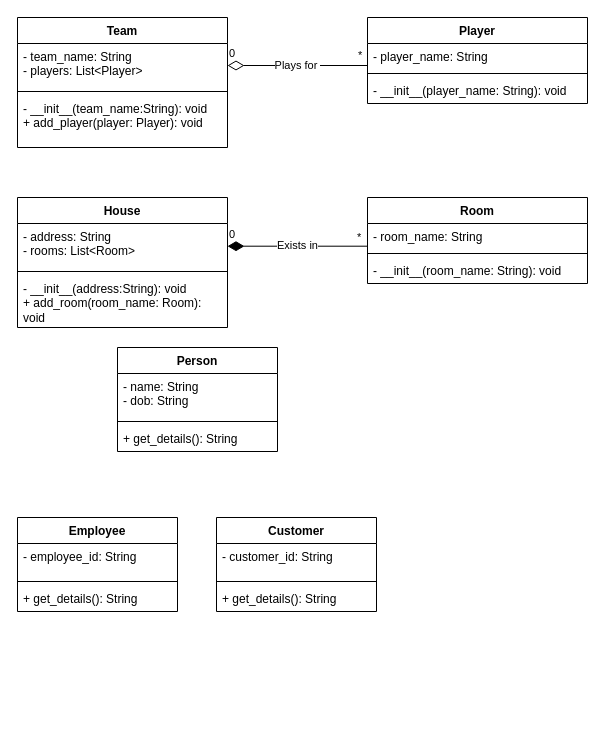
jamesking020773/jamesking020773.github.io keeps this draw.io diagram as Relationships.drawio. Above is the earlier version. Source tidied: cells renumbered, new cells numbered last; positions are measured from the earlier drawing's top-left corner, leaving out a move shared by most shapes. Both pictures are drawn from the tidied source at 100%, with x=0, y=0 at pixel (17, 17).
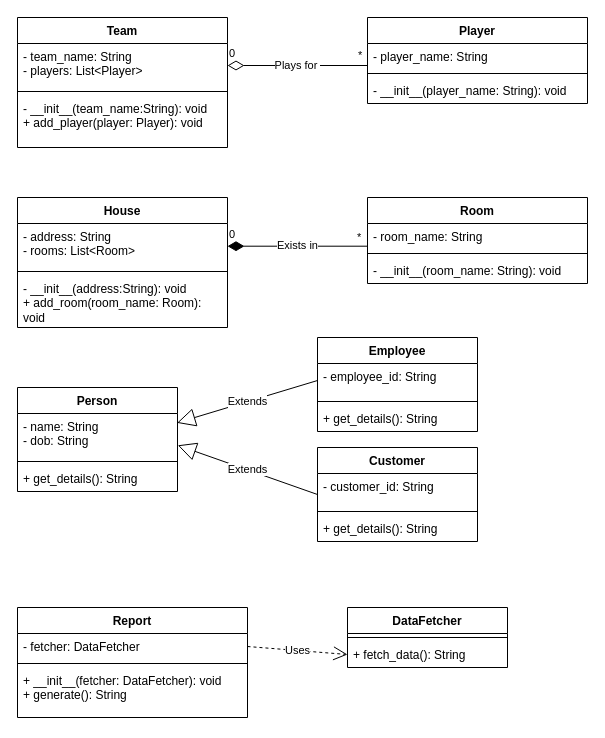
The same diagram, later.

Unchanged cells that the change refers to:
```xml
<mxCell id="25" value="- name: String&lt;div&gt;- dob: String&lt;/div&gt;" style="text;strokeColor=none;fillColor=none;align=left;verticalAlign=top;spacingLeft=4;spacingRight=4;overflow=hidden;points=[[0,0.5],[1,0.5]];portConstraint=eastwest;whiteSpace=wrap;html=1;" parent="24" vertex="1">
  <mxGeometry y="26" width="160" height="44" as="geometry" />
</mxCell>
<mxCell id="29" value="- employee_id: String" style="text;strokeColor=none;fillColor=none;align=left;verticalAlign=top;spacingLeft=4;spacingRight=4;overflow=hidden;points=[[0,0.5],[1,0.5]];portConstraint=eastwest;whiteSpace=wrap;html=1;" parent="28" vertex="1">
  <mxGeometry y="26" width="160" height="34" as="geometry" />
</mxCell>
```

The edit, as a diff of the source:
```diff
@@
     <mxCell id="24" value="Person" style="swimlane;fontStyle=1;align=center;verticalAlign=top;horizontal=1;startSize=26;whiteSpace=wrap;html=1;" parent="1" vertex="1">
-      <mxGeometry x="100" y="330" width="160" height="104" as="geometry" />
+      <mxGeometry y="370" width="160" height="104" as="geometry" />
     </mxCell>
@@
     <mxCell id="28" value="Employee" style="swimlane;fontStyle=1;align=center;verticalAlign=top;horizontal=1;startSize=26;whiteSpace=wrap;html=1;" parent="1" vertex="1">
-      <mxGeometry y="500" width="160" height="94" as="geometry" />
+      <mxGeometry x="300" y="320" width="160" height="94" as="geometry" />
     </mxCell>
@@
     <mxCell id="32" value="Customer" style="swimlane;fontStyle=1;align=center;verticalAlign=top;horizontal=1;startSize=26;whiteSpace=wrap;html=1;" parent="1" vertex="1">
-      <mxGeometry x="199" y="500" width="160" height="94" as="geometry" />
+      <mxGeometry x="300" y="430" width="160" height="94" as="geometry" />
     </mxCell>
@@
+    <mxCell id="36" value="Extends" style="endArrow=block;endSize=16;endFill=0;html=1;rounded=0;entryX=0.997;entryY=0.213;entryDx=0;entryDy=0;exitX=0;exitY=0.5;exitDx=0;exitDy=0;entryPerimeter=0;" parent="1" edge="1" source="29" target="25">
+      <mxGeometry relative="1" as="geometry" />
+    </mxCell>
+    <mxCell id="37" value="Extends" style="endArrow=block;endSize=16;endFill=0;html=1;rounded=0;entryX=1.002;entryY=0.723;entryDx=0;entryDy=0;exitX=0;exitY=0.5;exitDx=0;exitDy=0;entryPerimeter=0;" parent="1" edge="1" source="32" target="25">
+      <mxGeometry relative="1" as="geometry" />
+    </mxCell>
+    <mxCell id="38" value="Report" style="swimlane;fontStyle=1;align=center;verticalAlign=top;horizontal=1;startSize=26;whiteSpace=wrap;html=1;" parent="1" vertex="1">
+      <mxGeometry y="590" width="230" height="110" as="geometry" />
+    </mxCell>
+    <mxCell id="39" value="- fetcher: DataFetcher" style="text;strokeColor=none;fillColor=none;align=left;verticalAlign=top;spacingLeft=4;spacingRight=4;overflow=hidden;points=[[0,0.5],[1,0.5]];portConstraint=eastwest;whiteSpace=wrap;html=1;" parent="38" vertex="1">
+      <mxGeometry y="26" width="230" height="26" as="geometry" />
+    </mxCell>
+    <mxCell id="40" style="line;strokeWidth=1;fillColor=none;align=left;verticalAlign=middle;spacingTop=-1;spacingLeft=3;spacingRight=3;labelPosition=right;strokeColor=inherit;" parent="38" vertex="1">
+      <mxGeometry y="52" width="230" height="8" as="geometry" />
+    </mxCell>
+    <mxCell id="41" value="+ __init__(fetcher: DataFetcher): void&lt;div&gt;+ generate(): String&lt;/div&gt;" style="text;strokeColor=none;fillColor=none;align=left;verticalAlign=top;spacingLeft=4;spacingRight=4;overflow=hidden;whiteSpace=wrap;html=1;" parent="38" vertex="1">
+      <mxGeometry y="60" width="230" height="50" as="geometry" />
+    </mxCell>
+    <mxCell id="42" value="DataFetcher" style="swimlane;fontStyle=1;align=center;verticalAlign=top;horizontal=1;startSize=26;whiteSpace=wrap;html=1;" parent="1" vertex="1">
+      <mxGeometry x="330" y="590" width="160" height="60" as="geometry" />
+    </mxCell>
+    <mxCell id="43" style="line;strokeWidth=1;fillColor=none;align=left;verticalAlign=middle;spacingTop=-1;spacingLeft=3;spacingRight=3;labelPosition=right;strokeColor=inherit;" parent="42" vertex="1">
+      <mxGeometry y="26" width="160" height="8" as="geometry" />
+    </mxCell>
+    <mxCell id="44" value="+ fetch_data(): String" style="text;strokeColor=none;fillColor=none;align=left;verticalAlign=top;spacingLeft=4;spacingRight=4;overflow=hidden;points=[[0,0.5],[1,0.5]];portConstraint=eastwest;whiteSpace=wrap;html=1;" parent="42" vertex="1">
+      <mxGeometry y="34" width="160" height="26" as="geometry" />
+    </mxCell>
+    <mxCell id="45" value="Uses" style="endArrow=open;endSize=12;dashed=1;html=1;rounded=0;exitX=1;exitY=0.5;exitDx=0;exitDy=0;entryX=0;entryY=0.5;entryDx=0;entryDy=0;" parent="1" edge="1" source="39" target="44">
+      <mxGeometry relative="1" as="geometry" />
+    </mxCell>
```
